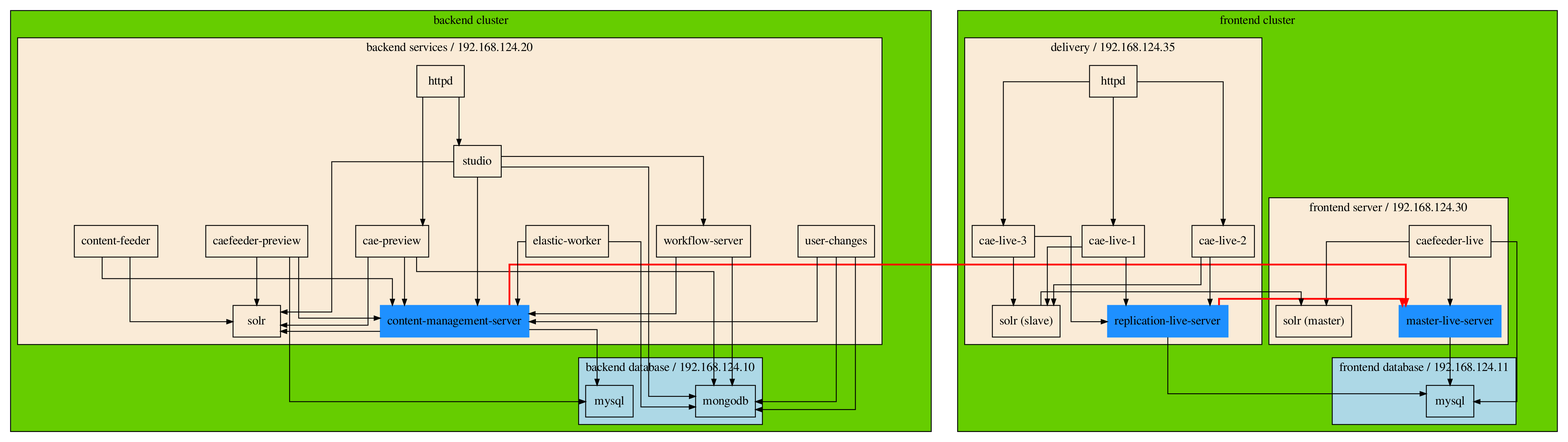
Before: setup.png, a diagram exported from Graphviz (bodsch/coremedia-environment). Its source is kept beside it as setup.dot.
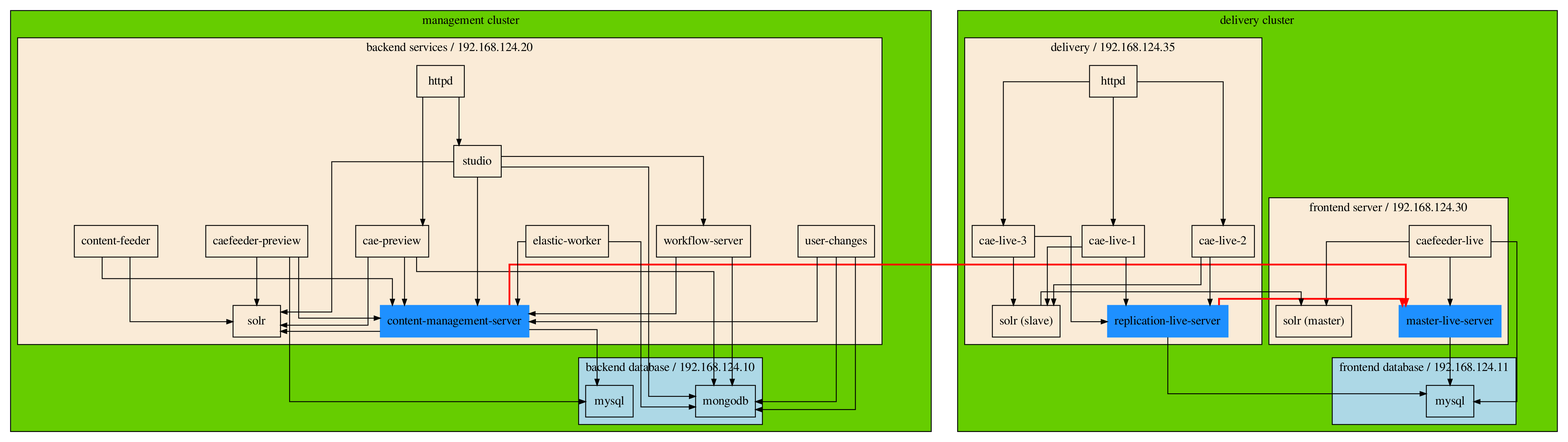
After the commit.

What changed in the source:
```diff
@@ -19,7 +19,7 @@
 
   subgraph cluster_backend {
 
-    label   = "backend cluster"
+    label   = "management cluster"
     bgcolor = chartreuse3
 
     subgraph cluster_backend_dba {
@@ -76,7 +76,7 @@
 
   subgraph cluster_frontend {
 
-    label   = "frontend cluster"
+    label   = "delivery cluster"
     bgcolor = chartreuse3
 
 
```
